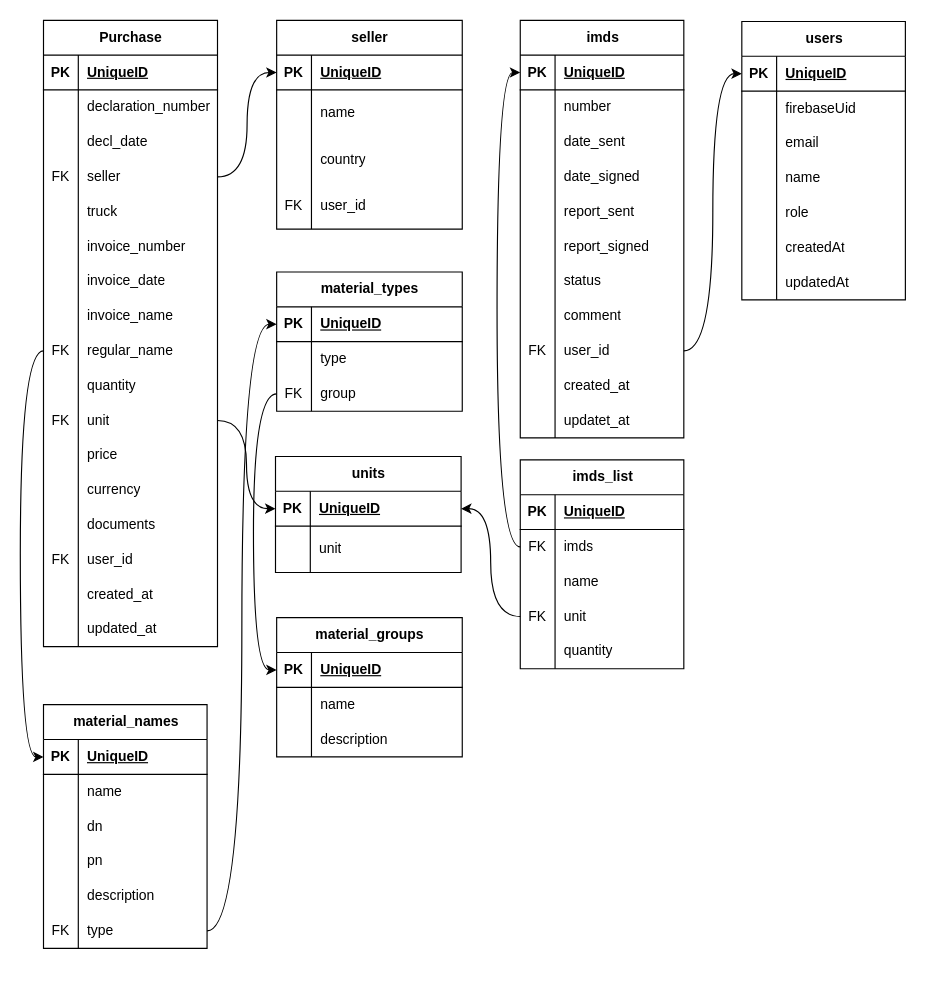
Above: diagrams/awa.drawio in gogicha007/project_AWA (draw.io), before the change. Source tidied: cells renumbered, new cells numbered last; positions are measured from the earlier drawing's top-left corner, leaving out a move shared by most shapes. Both pictures are drawn from the tidied source at 116%, with x=0, y=0 at pixel (43, 20).
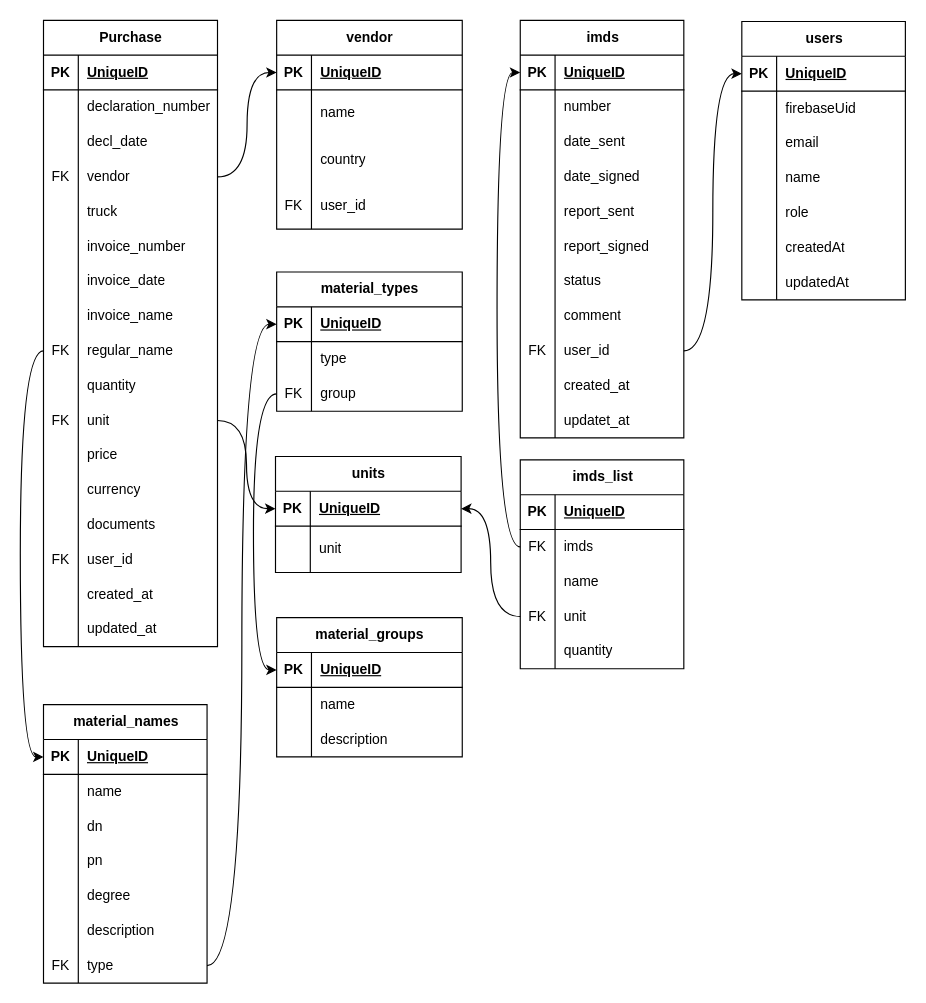
The same page after the edit.

Unchanged cells that the change refers to:
```xml
<mxCell id="12" style="shape=tableRow;horizontal=0;startSize=0;swimlaneHead=0;swimlaneBody=0;fillColor=none;points=[[0,0.5],[1,0.5]];portConstraint=eastwest;top=0;left=0;right=0;bottom=0;" parent="2" vertex="1">
  <mxGeometry y="120" width="150" height="30" as="geometry" />
</mxCell>
```

The edit, as a diff of the source:
```diff
@@
-    <mxCell id="14" value="seller" style="shape=partialRectangle;fillColor=none;top=0;left=0;bottom=0;right=0;align=left;spacingLeft=6;overflow=hidden;whiteSpace=wrap;html=1;" parent="12" vertex="1">
+    <mxCell id="14" value="vendor" style="shape=partialRectangle;fillColor=none;top=0;left=0;bottom=0;right=0;align=left;spacingLeft=6;overflow=hidden;whiteSpace=wrap;html=1;" parent="12" vertex="1">
       <mxGeometry x="30" width="120" height="30" as="geometry" />
     </mxCell>
@@
-    <mxCell id="54" value="seller" style="shape=table;startSize=30;childLayout=tableLayout;rowLines=0;fontStyle=1;align=center;html=1;" parent="1" vertex="1">
+    <mxCell id="54" value="vendor" style="shape=table;startSize=30;childLayout=tableLayout;rowLines=0;fontStyle=1;align=center;html=1;" parent="1" vertex="1">
       <mxGeometry x="201" width="160" height="180" as="geometry" />
     </mxCell>
@@
     <mxCell id="136" value="material_names" style="shape=table;startSize=30;childLayout=tableLayout;rowLines=0;fontStyle=1;align=center;html=1;" parent="1" vertex="1">
-      <mxGeometry y="590" width="141" height="210" as="geometry" />
+      <mxGeometry y="590" width="141" height="240" as="geometry" />
     </mxCell>
@@
+    <mxCell id="193" style="shape=tableRow;horizontal=0;startSize=0;swimlaneHead=0;swimlaneBody=0;fillColor=none;top=0;left=0;right=0;bottom=0;" parent="136" vertex="1">
+      <mxGeometry y="150" width="141" height="30" as="geometry" />
+    </mxCell>
+    <mxCell id="194" style="shape=partialRectangle;fillColor=none;top=0;left=0;bottom=0;right=0;overflow=hidden;whiteSpace=wrap;html=1;" parent="193" vertex="1">
+      <mxGeometry width="30" height="30" as="geometry" />
+    </mxCell>
+    <mxCell id="195" value="degree" style="shape=partialRectangle;fillColor=none;top=0;left=0;bottom=0;right=0;align=left;spacingLeft=6;overflow=hidden;whiteSpace=wrap;html=1;" parent="193" vertex="1">
+      <mxGeometry x="30" width="111" height="30" as="geometry" />
+    </mxCell>
     <mxCell id="149" style="shape=tableRow;horizontal=0;startSize=0;swimlaneHead=0;swimlaneBody=0;fillColor=none;top=0;left=0;right=0;bottom=0;" parent="136" vertex="1">
-      <mxGeometry y="150" width="141" height="30" as="geometry" />
+      <mxGeometry y="180" width="141" height="30" as="geometry" />
     </mxCell>
@@
     <mxCell id="152" style="shape=tableRow;horizontal=0;startSize=0;swimlaneHead=0;swimlaneBody=0;fillColor=none;points=[[0,0.5],[1,0.5]];portConstraint=eastwest;top=0;left=0;right=0;bottom=0;" parent="136" vertex="1">
-      <mxGeometry y="180" width="141" height="30" as="geometry" />
+      <mxGeometry y="210" width="141" height="30" as="geometry" />
     </mxCell>
```
